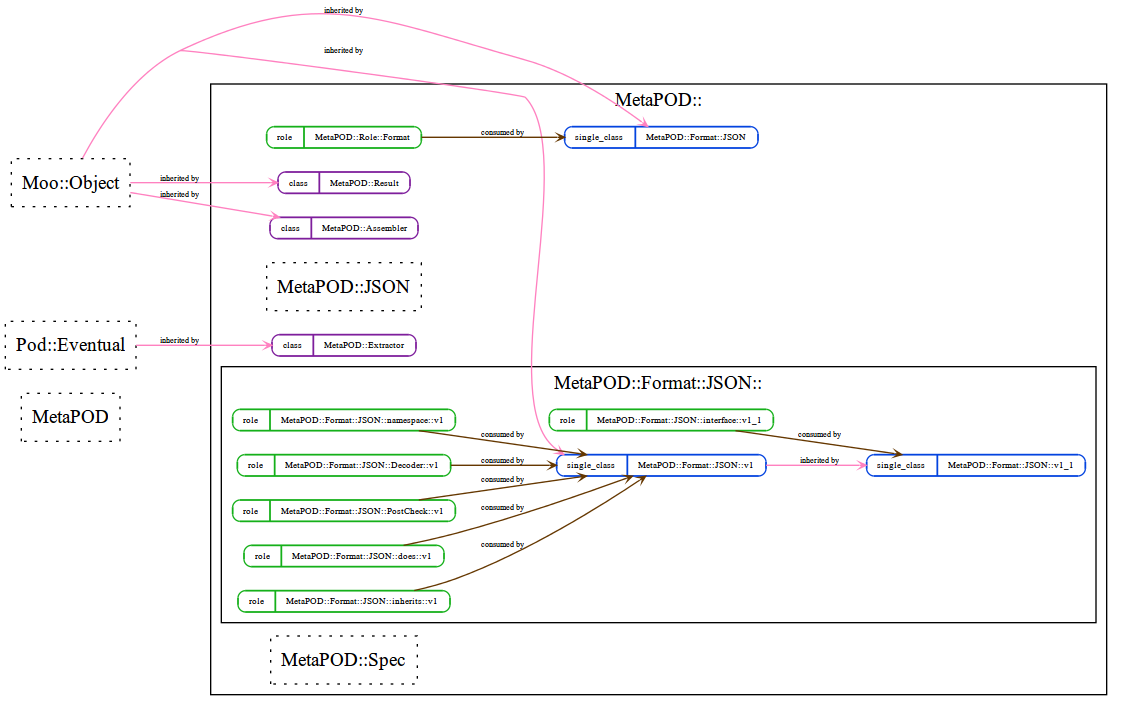
Earlier version of the Graphviz export layout/self_structure.png (kentfredric/MetaPOD-Format-JSON). Its source is kept beside it as layout/self_structure.dot. The source it was exported from:
```dot
graph Perl {
	graph [compound=1, concentrate=1, mindist="0.1", rankdir=LR, sep="0.1", smoothing=triangle, splines=spline];
	node [label="\N", shape=record, style=dotted];
	edge [minlen=1];
	subgraph cluster_1 {
		graph [rankdir=TD,
			label="MetaPOD::"];
		subgraph cluster_2 {
			graph [label="MetaPOD::Format::JSON::"];
			"MetaPOD::Format::JSON::Decoder::v1" [label="{{<port1> role}|<port2> MetaPOD::Format::JSON::Decoder::v1}", shape=Mrecord, style=solid, color="#15b01a", fontsize=7, height="0.1"];
			"MetaPOD::Format::JSON::PostCheck::v1" [label="{{<port1> role}|<port2> MetaPOD::Format::JSON::PostCheck::v1}", shape=Mrecord, style=solid, color="#15b01a", fontsize=7, height="0.1"];
			"MetaPOD::Format::JSON::does::v1" [label="{{<port1> role}|<port2> MetaPOD::Format::JSON::does::v1}", shape=Mrecord, style=solid, color="#15b01a", fontsize=7, height="0.1"];
			"MetaPOD::Format::JSON::inherits::v1" [label="{{<port1> role}|<port2> MetaPOD::Format::JSON::inherits::v1}", shape=Mrecord, style=solid, color="#15b01a", fontsize=7, height="0.1"];
			"MetaPOD::Format::JSON::interface::v1_1" [label="{{<port1> role}|<port2> MetaPOD::Format::JSON::interface::v1_1}", shape=Mrecord, style=solid, color="#15b01a", fontsize=7, height="0.1"];
			"MetaPOD::Format::JSON::namespace::v1" [label="{{<port1> role}|<port2> MetaPOD::Format::JSON::namespace::v1}", shape=Mrecord, style=solid, color="#15b01a", fontsize=7, height="0.1"];
			"MetaPOD::Format::JSON::v1" [label="{{<port1> single_class}|<port2> MetaPOD::Format::JSON::v1}", shape=Mrecord, style=solid, color="#0343df", fontsize=7, height="0.1"];
			"MetaPOD::Format::JSON::v1_1" [label="{{<port1> single_class}|<port2> MetaPOD::Format::JSON::v1_1}", shape=Mrecord, style=solid, color="#0343df", fontsize=7, height="0.1"];
			"MetaPOD::Format::JSON::Decoder::v1" -- "MetaPOD::Format::JSON::v1" [arrowhead=open, arrowsize="0.5", color="#653700", dir=forward, fontsize=6, headclip=1, label="consumed by", tailclip=1, weight=1];
			"MetaPOD::Format::JSON::PostCheck::v1" -- "MetaPOD::Format::JSON::v1" [arrowhead=open, arrowsize="0.5", color="#653700", dir=forward, fontsize=6, headclip=1, label="consumed by", tailclip=1, weight=1];
			"MetaPOD::Format::JSON::does::v1" -- "MetaPOD::Format::JSON::v1" [arrowhead=open, arrowsize="0.5", color="#653700", dir=forward, fontsize=6, headclip=1, label="consumed by", tailclip=1, weight=1];
			"MetaPOD::Format::JSON::inherits::v1" -- "MetaPOD::Format::JSON::v1" [arrowhead=open, arrowsize="0.5", color="#653700", dir=forward, fontsize=6, headclip=1, label="consumed by", tailclip=1, weight=1];
			"MetaPOD::Format::JSON::namespace::v1" -- "MetaPOD::Format::JSON::v1" [arrowhead=open, arrowsize="0.5", color="#653700", dir=forward, fontsize=6, headclip=1, label="consumed by", tailclip=1, weight=1];
			"MetaPOD::Format::JSON::v1" -- "MetaPOD::Format::JSON::v1_1" [arrowhead=open, arrowsize="0.5", color="#ff81c0", dir=forward, fontsize=6, headclip=1, label="inherited by", tailclip=1, weight=100];
			"MetaPOD::Format::JSON::interface::v1_1" -- "MetaPOD::Format::JSON::v1_1" [arrowhead=open, arrowsize="0.5", color="#653700", dir=forward, fontsize=6, headclip=1, label="consumed by", tailclip=1, weight=1];
		}
		"MetaPOD::Assembler" [label="{{<port1> class}|<port2> MetaPOD::Assembler}", shape=Mrecord, style=solid, color="#7e1e9c", fontsize=7, height="0.1"];
		"MetaPOD::Extractor" [label="{{<port1> class}|<port2> MetaPOD::Extractor}", shape=Mrecord, style=solid, color="#7e1e9c", fontsize=7, height="0.1"];
		"MetaPOD::Format::JSON" [label="{{<port1> single_class}|<port2> MetaPOD::Format::JSON}", shape=Mrecord, style=solid, color="#0343df", fontsize=7, height="0.1"];
		"MetaPOD::JSON" [label="<port1> MetaPOD::JSON"];
		"MetaPOD::Result" [label="{{<port1> class}|<port2> MetaPOD::Result}", shape=Mrecord, style=solid, color="#7e1e9c", fontsize=7, height="0.1"];
		"MetaPOD::Role::Format" [label="{{<port1> role}|<port2> MetaPOD::Role::Format}", shape=Mrecord, style=solid, color="#15b01a", fontsize=7, height="0.1"];
		"MetaPOD::Spec" [label="<port1> MetaPOD::Spec"];
		"MetaPOD::Role::Format" -- "MetaPOD::Format::JSON" [arrowhead=open, arrowsize="0.5", color="#653700", dir=forward, fontsize=6, headclip=1, label="consumed by", tailclip=1, weight=1];
	}
	subgraph cluster_3 {
		graph [rankdir=TD,
			label="MetaPOD::Format::JSON::"];
	}
	MetaPOD [label="<port1> MetaPOD"];
	"Moo::Object" [label="<port1> Moo::Object"];
	"Pod::Eventual" [label="<port1> Pod::Eventual"];
	"Moo::Object" -- "MetaPOD::Assembler" [arrowhead=open, arrowsize="0.5", color="#ff81c0", dir=forward, fontsize=6, headclip=1, label="inherited by", tailclip=1, weight=100];
	"Pod::Eventual" -- "MetaPOD::Extractor" [arrowhead=open, arrowsize="0.5", color="#ff81c0", dir=forward, fontsize=6, headclip=1, label="inherited by", tailclip=1, weight=100];
	"Moo::Object" -- "MetaPOD::Result" [arrowhead=open, arrowsize="0.5", color="#ff81c0", dir=forward, fontsize=6, headclip=1, label="inherited by", tailclip=1, weight=100];
	"Moo::Object" -- "MetaPOD::Format::JSON" [arrowhead=open, arrowsize="0.5", color="#ff81c0", dir=forward, fontsize=6, headclip=1, label="inherited by", tailclip=1, weight=100];
	"Moo::Object" -- "MetaPOD::Format::JSON::v1" [arrowhead=open, arrowsize="0.5", color="#ff81c0", dir=forward, fontsize=6, headclip=1, label="inherited by", tailclip=1, weight=100];
}
```
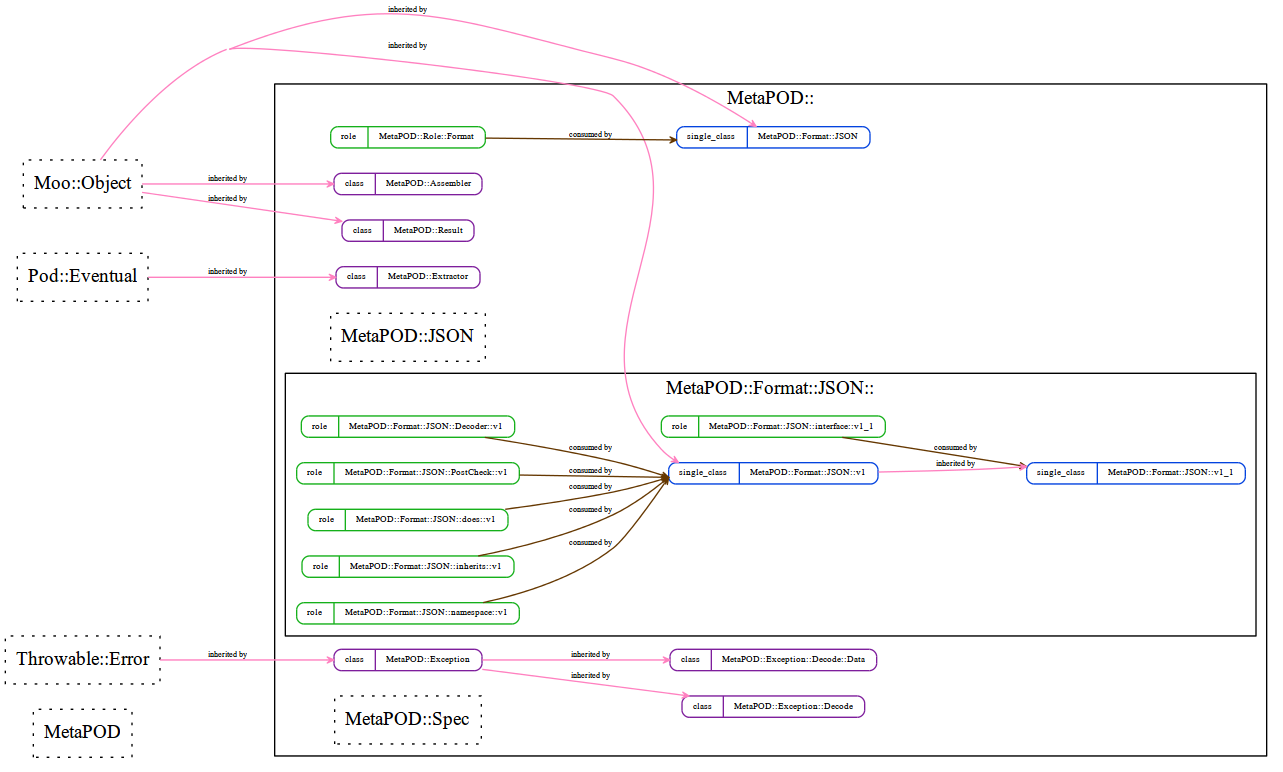
Above is the later version.

What changed in the source:
```diff
@@ -1,10 +1,10 @@
-graph Perl {
-	graph [compound=1, concentrate=1, mindist="0.1", rankdir=LR, sep="0.1", smoothing=triangle, splines=spline];
+strict digraph Perl {
+	graph [compound=1, concentrate=1, overlap=false, rankdir=LR, ranksep=1, smoothing=triangle, splines=spline];
 	node [label="\N", shape=record, style=dotted];
 	edge [minlen=1];
 	subgraph cluster_1 {
-		graph [rankdir=TD,
-			label="MetaPOD::"];
+		graph [label="MetaPOD::",
+			rank=max];
 		subgraph cluster_2 {
 			graph [label="MetaPOD::Format::JSON::"];
 			"MetaPOD::Format::JSON::Decoder::v1" [label="{{<port1> role}|<port2> MetaPOD::Format::JSON::Decoder::v1}", shape=Mrecord, style=solid, color="#15b01a", fontsize=7, height="0.1"];
@@ -15,33 +15,36 @@
 			"MetaPOD::Format::JSON::namespace::v1" [label="{{<port1> role}|<port2> MetaPOD::Format::JSON::namespace::v1}", shape=Mrecord, style=solid, color="#15b01a", fontsize=7, height="0.1"];
 			"MetaPOD::Format::JSON::v1" [label="{{<port1> single_class}|<port2> MetaPOD::Format::JSON::v1}", shape=Mrecord, style=solid, color="#0343df", fontsize=7, height="0.1"];
 			"MetaPOD::Format::JSON::v1_1" [label="{{<port1> single_class}|<port2> MetaPOD::Format::JSON::v1_1}", shape=Mrecord, style=solid, color="#0343df", fontsize=7, height="0.1"];
-			"MetaPOD::Format::JSON::Decoder::v1" -- "MetaPOD::Format::JSON::v1" [arrowhead=open, arrowsize="0.5", color="#653700", dir=forward, fontsize=6, headclip=1, label="consumed by", tailclip=1, weight=1];
-			"MetaPOD::Format::JSON::PostCheck::v1" -- "MetaPOD::Format::JSON::v1" [arrowhead=open, arrowsize="0.5", color="#653700", dir=forward, fontsize=6, headclip=1, label="consumed by", tailclip=1, weight=1];
-			"MetaPOD::Format::JSON::does::v1" -- "MetaPOD::Format::JSON::v1" [arrowhead=open, arrowsize="0.5", color="#653700", dir=forward, fontsize=6, headclip=1, label="consumed by", tailclip=1, weight=1];
-			"MetaPOD::Format::JSON::inherits::v1" -- "MetaPOD::Format::JSON::v1" [arrowhead=open, arrowsize="0.5", color="#653700", dir=forward, fontsize=6, headclip=1, label="consumed by", tailclip=1, weight=1];
-			"MetaPOD::Format::JSON::namespace::v1" -- "MetaPOD::Format::JSON::v1" [arrowhead=open, arrowsize="0.5", color="#653700", dir=forward, fontsize=6, headclip=1, label="consumed by", tailclip=1, weight=1];
-			"MetaPOD::Format::JSON::v1" -- "MetaPOD::Format::JSON::v1_1" [arrowhead=open, arrowsize="0.5", color="#ff81c0", dir=forward, fontsize=6, headclip=1, label="inherited by", tailclip=1, weight=100];
-			"MetaPOD::Format::JSON::interface::v1_1" -- "MetaPOD::Format::JSON::v1_1" [arrowhead=open, arrowsize="0.5", color="#653700", dir=forward, fontsize=6, headclip=1, label="consumed by", tailclip=1, weight=1];
+			"MetaPOD::Format::JSON::Decoder::v1" -> "MetaPOD::Format::JSON::v1" [arrowhead=open, arrowsize="0.5", color="#653700", dir=forward, fontsize=6, headclip=1, label="consumed by", samehead=head, tailclip=1, weight=5];
+			"MetaPOD::Format::JSON::PostCheck::v1" -> "MetaPOD::Format::JSON::v1" [arrowhead=open, arrowsize="0.5", color="#653700", dir=forward, fontsize=6, headclip=1, label="consumed by", samehead=head, tailclip=1, weight=5];
+			"MetaPOD::Format::JSON::does::v1" -> "MetaPOD::Format::JSON::v1" [arrowhead=open, arrowsize="0.5", color="#653700", dir=forward, fontsize=6, headclip=1, label="consumed by", samehead=head, tailclip=1, weight=5];
+			"MetaPOD::Format::JSON::inherits::v1" -> "MetaPOD::Format::JSON::v1" [arrowhead=open, arrowsize="0.5", color="#653700", dir=forward, fontsize=6, headclip=1, label="consumed by", samehead=head, tailclip=1, weight=5];
+			"MetaPOD::Format::JSON::namespace::v1" -> "MetaPOD::Format::JSON::v1" [arrowhead=open, arrowsize="0.5", color="#653700", dir=forward, fontsize=6, headclip=1, label="consumed by", samehead=head, tailclip=1, weight=5];
+			"MetaPOD::Format::JSON::v1" -> "MetaPOD::Format::JSON::v1_1" [arrowhead=open, arrowsize="0.5", color="#ff81c0", dir=forward, fontsize=6, headclip=1, label="inherited by", samehead=head, tailclip=1, weight=10];
+			"MetaPOD::Format::JSON::interface::v1_1" -> "MetaPOD::Format::JSON::v1_1" [arrowhead=open, arrowsize="0.5", color="#653700", dir=forward, fontsize=6, headclip=1, label="consumed by", samehead=head, tailclip=1, weight=5];
 		}
 		"MetaPOD::Assembler" [label="{{<port1> class}|<port2> MetaPOD::Assembler}", shape=Mrecord, style=solid, color="#7e1e9c", fontsize=7, height="0.1"];
+		"MetaPOD::Exception" [label="{{<port1> class}|<port2> MetaPOD::Exception}", shape=Mrecord, style=solid, color="#7e1e9c", fontsize=7, height="0.1"];
+		"MetaPOD::Exception::Decode" [label="{{<port1> class}|<port2> MetaPOD::Exception::Decode}", shape=Mrecord, style=solid, color="#7e1e9c", fontsize=7, height="0.1"];
+		"MetaPOD::Exception::Decode::Data" [label="{{<port1> class}|<port2> MetaPOD::Exception::Decode::Data}", shape=Mrecord, style=solid, color="#7e1e9c", fontsize=7, height="0.1"];
 		"MetaPOD::Extractor" [label="{{<port1> class}|<port2> MetaPOD::Extractor}", shape=Mrecord, style=solid, color="#7e1e9c", fontsize=7, height="0.1"];
 		"MetaPOD::Format::JSON" [label="{{<port1> single_class}|<port2> MetaPOD::Format::JSON}", shape=Mrecord, style=solid, color="#0343df", fontsize=7, height="0.1"];
 		"MetaPOD::JSON" [label="<port1> MetaPOD::JSON"];
 		"MetaPOD::Result" [label="{{<port1> class}|<port2> MetaPOD::Result}", shape=Mrecord, style=solid, color="#7e1e9c", fontsize=7, height="0.1"];
 		"MetaPOD::Role::Format" [label="{{<port1> role}|<port2> MetaPOD::Role::Format}", shape=Mrecord, style=solid, color="#15b01a", fontsize=7, height="0.1"];
 		"MetaPOD::Spec" [label="<port1> MetaPOD::Spec"];
-		"MetaPOD::Role::Format" -- "MetaPOD::Format::JSON" [arrowhead=open, arrowsize="0.5", color="#653700", dir=forward, fontsize=6, headclip=1, label="consumed by", tailclip=1, weight=1];
-	}
-	subgraph cluster_3 {
-		graph [rankdir=TD,
-			label="MetaPOD::Format::JSON::"];
+		"MetaPOD::Exception" -> "MetaPOD::Exception::Decode" [arrowhead=open, arrowsize="0.5", color="#ff81c0", dir=forward, fontsize=6, headclip=1, label="inherited by", samehead=head, tailclip=1, weight=10];
+		"MetaPOD::Role::Format" -> "MetaPOD::Format::JSON" [arrowhead=open, arrowsize="0.5", color="#653700", dir=forward, fontsize=6, headclip=1, label="consumed by", samehead=head, tailclip=1, weight=5];
+		"MetaPOD::Exception" -> "MetaPOD::Exception::Decode::Data" [arrowhead=open, arrowsize="0.5", color="#ff81c0", dir=forward, fontsize=6, headclip=1, label="inherited by", samehead=head, tailclip=1, weight=10];
 	}
 	MetaPOD [label="<port1> MetaPOD"];
 	"Moo::Object" [label="<port1> Moo::Object"];
 	"Pod::Eventual" [label="<port1> Pod::Eventual"];
-	"Moo::Object" -- "MetaPOD::Assembler" [arrowhead=open, arrowsize="0.5", color="#ff81c0", dir=forward, fontsize=6, headclip=1, label="inherited by", tailclip=1, weight=100];
-	"Pod::Eventual" -- "MetaPOD::Extractor" [arrowhead=open, arrowsize="0.5", color="#ff81c0", dir=forward, fontsize=6, headclip=1, label="inherited by", tailclip=1, weight=100];
-	"Moo::Object" -- "MetaPOD::Result" [arrowhead=open, arrowsize="0.5", color="#ff81c0", dir=forward, fontsize=6, headclip=1, label="inherited by", tailclip=1, weight=100];
-	"Moo::Object" -- "MetaPOD::Format::JSON" [arrowhead=open, arrowsize="0.5", color="#ff81c0", dir=forward, fontsize=6, headclip=1, label="inherited by", tailclip=1, weight=100];
-	"Moo::Object" -- "MetaPOD::Format::JSON::v1" [arrowhead=open, arrowsize="0.5", color="#ff81c0", dir=forward, fontsize=6, headclip=1, label="inherited by", tailclip=1, weight=100];
+	"Throwable::Error" [label="<port1> Throwable::Error"];
+	"Moo::Object" -> "MetaPOD::Assembler" [arrowhead=open, arrowsize="0.5", color="#ff81c0", dir=forward, fontsize=6, headclip=1, label="inherited by", samehead=head, tailclip=1, weight=10];
+	"Throwable::Error" -> "MetaPOD::Exception" [arrowhead=open, arrowsize="0.5", color="#ff81c0", dir=forward, fontsize=6, headclip=1, label="inherited by", samehead=head, tailclip=1, weight=10];
+	"Pod::Eventual" -> "MetaPOD::Extractor" [arrowhead=open, arrowsize="0.5", color="#ff81c0", dir=forward, fontsize=6, headclip=1, label="inherited by", samehead=head, tailclip=1, weight=10];
+	"Moo::Object" -> "MetaPOD::Result" [arrowhead=open, arrowsize="0.5", color="#ff81c0", dir=forward, fontsize=6, headclip=1, label="inherited by", samehead=head, tailclip=1, weight=10];
+	"Moo::Object" -> "MetaPOD::Format::JSON" [arrowhead=open, arrowsize="0.5", color="#ff81c0", dir=forward, fontsize=6, headclip=1, label="inherited by", samehead=head, tailclip=1, weight=10];
+	"Moo::Object" -> "MetaPOD::Format::JSON::v1" [arrowhead=open, arrowsize="0.5", color="#ff81c0", dir=forward, fontsize=6, headclip=1, label="inherited by", samehead=head, tailclip=1, weight=10];
 }
```
